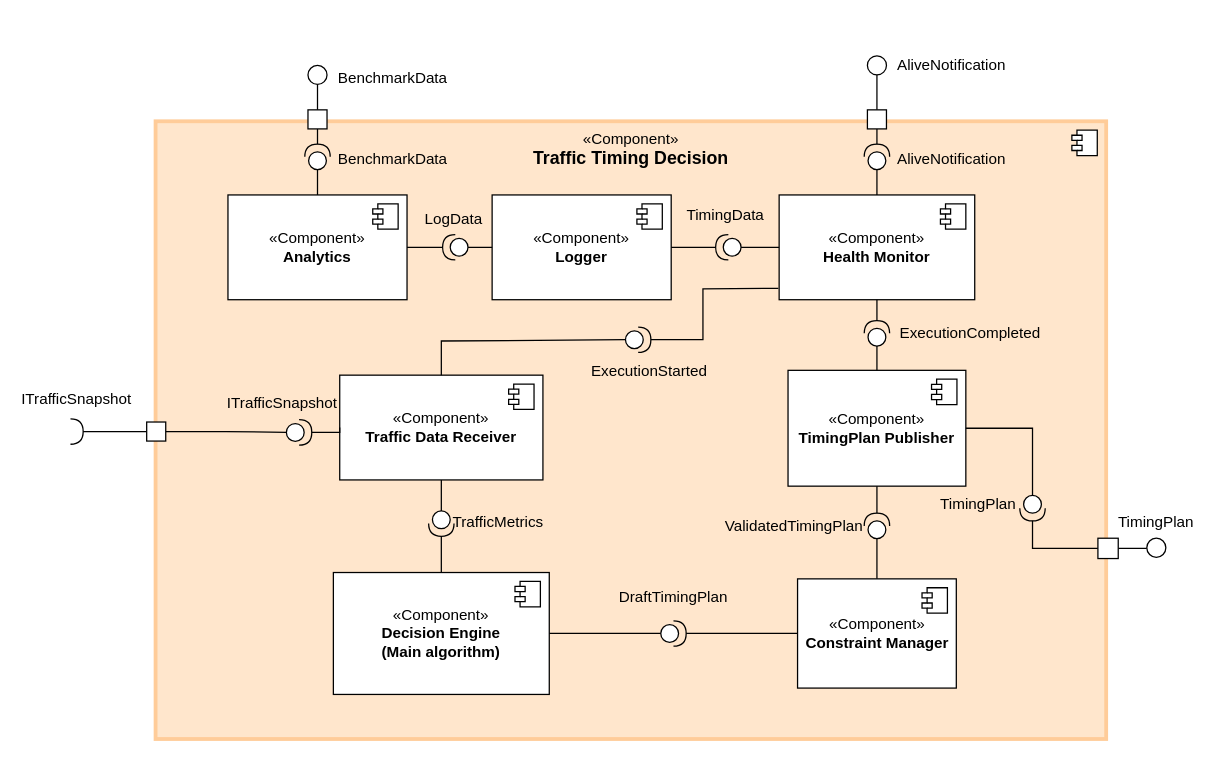
Above: page "Trang-1" (1 of 2) of docs/04_design/Component Diagrams/Traffic Timing Decision.drawio in PhamTranDucHanh/adaptive_traffic_light (draw.io), before the change. Source tidied: cells renumbered, new cells numbered last; positions are measured from the earlier drawing's top-left corner, leaving out a move shared by most shapes. Both pictures are drawn from the tidied source at 127%, with x=0, y=0 at pixel (38, 22).
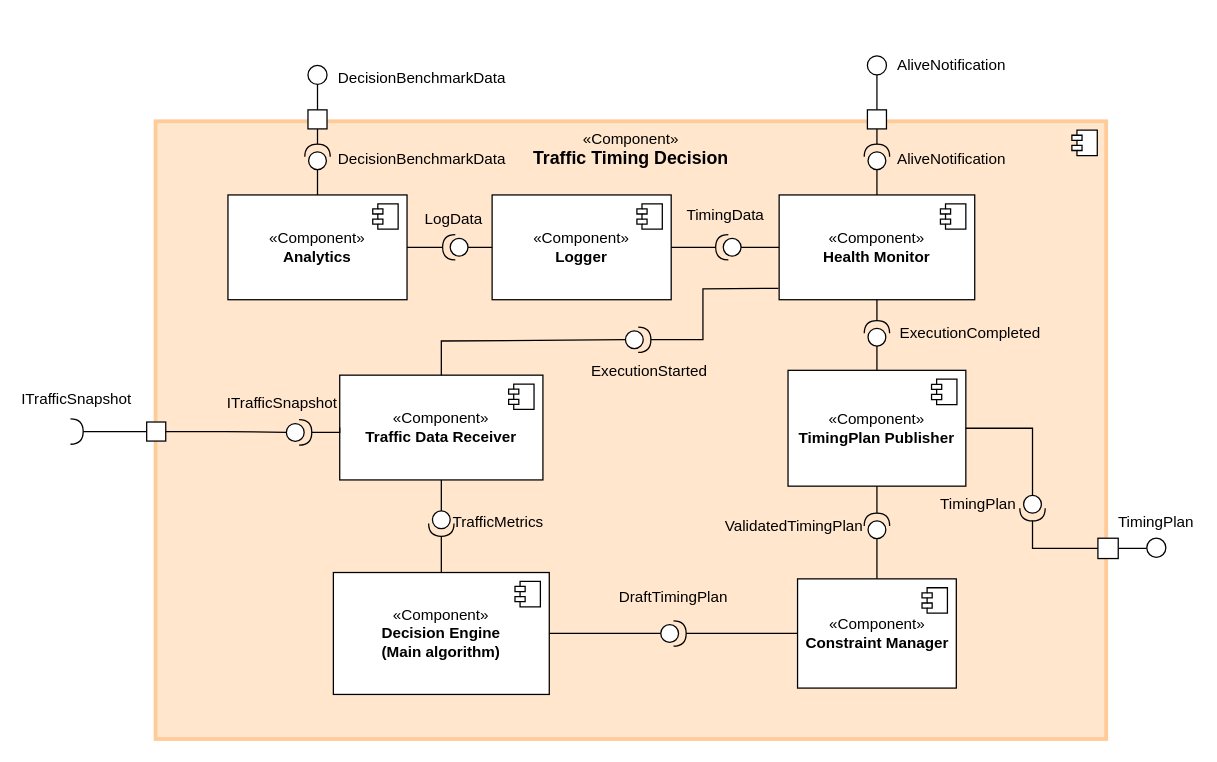
After the change.

Diff of the diagram source:
```diff
@@
-    <mxCell id="82" value="BenchmarkData" style="text;html=1;whiteSpace=wrap;strokeColor=none;fillColor=none;align=center;verticalAlign=middle;rounded=0;" parent="1" vertex="1">
-      <mxGeometry x="249" y="29" width="60" height="30" as="geometry" />
+    <mxCell id="82" value="DecisionBenchmarkData" style="text;html=1;whiteSpace=wrap;strokeColor=none;fillColor=none;align=center;verticalAlign=middle;rounded=0;" parent="1" vertex="1">
+      <mxGeometry x="272" y="29" width="60" height="30" as="geometry" />
     </mxCell>
-    <mxCell id="83" value="BenchmarkData" style="text;html=1;whiteSpace=wrap;strokeColor=none;fillColor=none;align=center;verticalAlign=middle;rounded=0;" parent="1" vertex="1">
-      <mxGeometry x="249" y="93" width="60" height="30" as="geometry" />
+    <mxCell id="83" value="DecisionBenchmarkData" style="text;html=1;whiteSpace=wrap;strokeColor=none;fillColor=none;align=center;verticalAlign=middle;rounded=0;" parent="1" vertex="1">
+      <mxGeometry x="272" y="93" width="60" height="30" as="geometry" />
     </mxCell>
```
